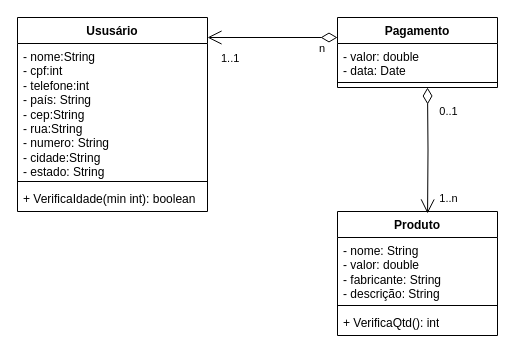
The draw.io diagram diagrama de classes.drawio in AndreLuizWandscheerFranco/TCC, before the edit. Source tidied: cells renumbered, new cells numbered last; positions are measured from the earlier drawing's top-left corner, leaving out a move shared by most shapes. Both pictures are drawn from the tidied source at 100%, with x=0, y=0 at pixel (17, 17).
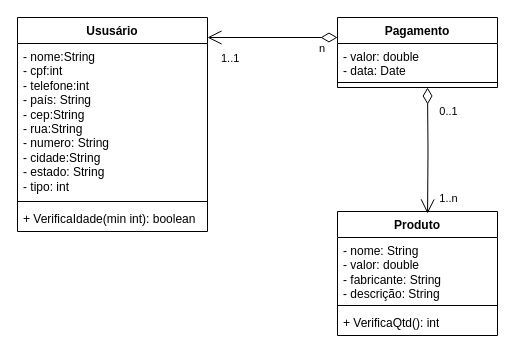
The same page after the edit.

Change to the diagram source:
```diff
@@
     <mxCell id="2" value="Ususário" style="swimlane;fontStyle=1;align=center;verticalAlign=top;horizontal=1;startSize=26;whiteSpace=wrap;html=1;" parent="1" vertex="1">
-      <mxGeometry width="190" height="194" as="geometry" />
+      <mxGeometry width="190" height="214" as="geometry" />
     </mxCell>
-    <mxCell id="3" value="- nome:String&lt;div&gt;- cpf:int&lt;/div&gt;&lt;div&gt;- telefone:int&lt;/div&gt;&lt;div&gt;- país: String&lt;/div&gt;&lt;div&gt;- cep:String&lt;/div&gt;&lt;div&gt;- rua:String&lt;/div&gt;&lt;div&gt;- numero: String&lt;/div&gt;&lt;div&gt;- cidade:String&lt;/div&gt;&lt;div&gt;- estado: String&lt;/div&gt;" style="text;strokeColor=none;fillColor=none;align=left;verticalAlign=top;spacingLeft=4;spacingRight=4;overflow=hidden;whiteSpace=wrap;html=1;" parent="2" vertex="1">
-      <mxGeometry y="26" width="190" height="134" as="geometry" />
+    <mxCell id="3" value="- nome:String&lt;div&gt;- cpf:int&lt;/div&gt;&lt;div&gt;- telefone:int&lt;/div&gt;&lt;div&gt;- país: String&lt;/div&gt;&lt;div&gt;- cep:String&lt;/div&gt;&lt;div&gt;- rua:String&lt;/div&gt;&lt;div&gt;- numero: String&lt;/div&gt;&lt;div&gt;- cidade:String&lt;/div&gt;&lt;div&gt;- estado: String&lt;/div&gt;&lt;div&gt;- tipo: int&lt;/div&gt;&lt;div&gt;&lt;br&gt;&lt;/div&gt;&lt;div&gt;&lt;br&gt;&lt;/div&gt;" style="text;strokeColor=none;fillColor=none;align=left;verticalAlign=top;spacingLeft=4;spacingRight=4;overflow=hidden;whiteSpace=wrap;html=1;" parent="2" vertex="1">
+      <mxGeometry y="26" width="190" height="154" as="geometry" />
     </mxCell>
     <mxCell id="4" style="line;strokeWidth=1;fillColor=none;align=left;verticalAlign=middle;spacingTop=-1;spacingLeft=3;spacingRight=3;labelPosition=right;strokeColor=inherit;" parent="2" vertex="1">
-      <mxGeometry y="160" width="190" height="8" as="geometry" />
+      <mxGeometry y="180" width="190" height="8" as="geometry" />
     </mxCell>
     <mxCell id="5" value="+ VerificaIdade(min int): boolean&amp;nbsp;" style="text;strokeColor=none;fillColor=none;align=left;verticalAlign=top;spacingLeft=4;spacingRight=4;overflow=hidden;whiteSpace=wrap;html=1;" parent="2" vertex="1">
-      <mxGeometry y="168" width="190" height="26" as="geometry" />
+      <mxGeometry y="188" width="190" height="26" as="geometry" />
     </mxCell>
```
